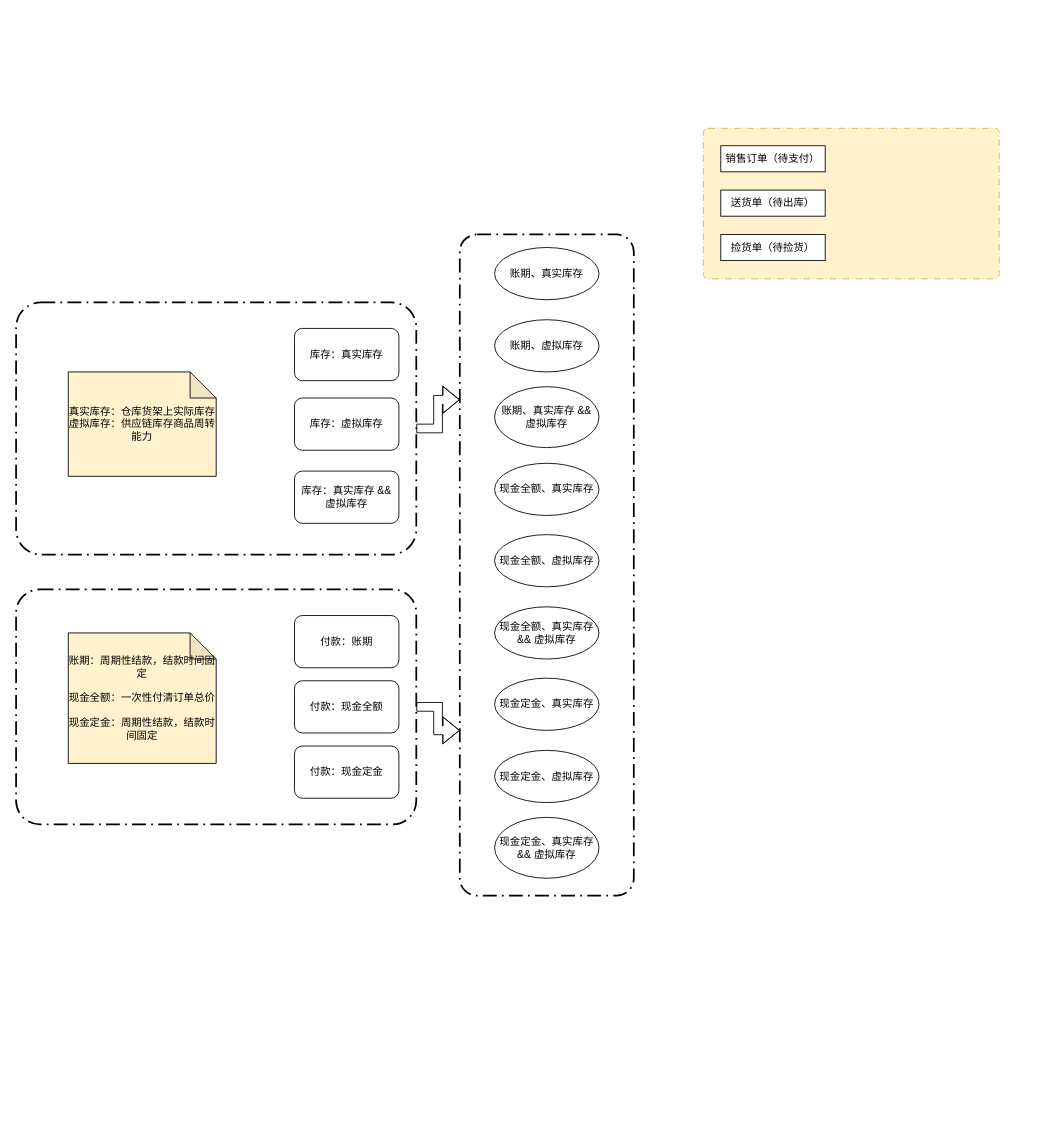
Above: page "第 2 页" (2 of 3) of 技术架构.drawio in jason-live/flow (draw.io), before the change. Source tidied: cells renumbered, new cells numbered last; positions are measured from the earlier drawing's top-left corner, leaving out a move shared by most shapes. Both pictures are drawn from the tidied source at 87%, with x=0, y=0 at pixel (16, 128).
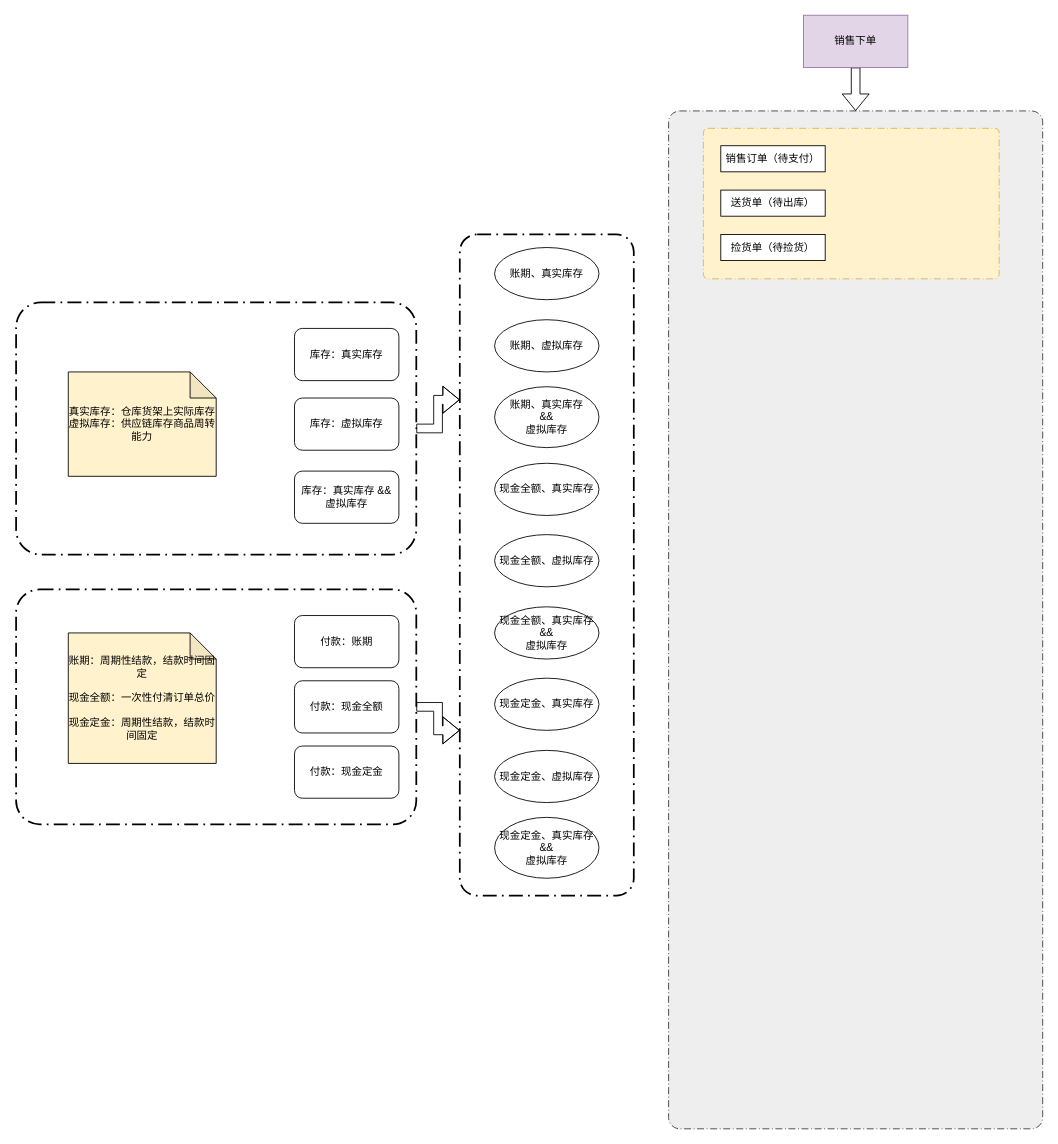
After the change.

Diff of the diagram source:
```diff
@@
+    <mxCell id="28" style="rounded=1;arcSize=3;dashed=1;fillColor=#eeeeee;dashPattern=8 3 1 3;strokeWidth=1;shadow=0;html=1;strokeColor=#36393d;" parent="1" vertex="1">
+      <mxGeometry x="750" y="-20" width="430" height="1170" as="geometry" />
+    </mxCell>
@@
-    <mxCell id="16" value="账期、真实库存 &amp;amp;&amp;amp; 虚拟库存" style="ellipse;whiteSpace=wrap;html=1;rounded=1;shadow=0;strokeWidth=1;fillColor=none;" parent="1" vertex="1">
+    <mxCell id="16" value="账期、真实库存&lt;br&gt;&amp;amp;&amp;amp;&lt;br&gt;虚拟库存" style="ellipse;whiteSpace=wrap;html=1;rounded=1;shadow=0;strokeWidth=1;fillColor=none;" parent="1" vertex="1">
       <mxGeometry x="550" y="297" width="120" height="70" as="geometry" />
     </mxCell>
@@
-    <mxCell id="19" value="现金全额、真实库存 &amp;amp;&amp;amp; 虚拟库存" style="ellipse;whiteSpace=wrap;html=1;rounded=1;shadow=0;strokeWidth=1;fillColor=none;" parent="1" vertex="1">
+    <mxCell id="19" value="现金全额、真实库存 &amp;amp;&amp;amp;&lt;br&gt;虚拟库存" style="ellipse;whiteSpace=wrap;html=1;rounded=1;shadow=0;strokeWidth=1;fillColor=none;" parent="1" vertex="1">
       <mxGeometry x="550" y="550" width="120" height="60" as="geometry" />
     </mxCell>
@@
-    <mxCell id="22" value="现金定金、真实库存 &amp;amp;&amp;amp; 虚拟库存" style="ellipse;whiteSpace=wrap;html=1;rounded=1;shadow=0;strokeWidth=1;fillColor=none;" parent="1" vertex="1">
+    <mxCell id="22" value="现金定金、真实库存 &amp;amp;&amp;amp;&lt;br&gt;虚拟库存" style="ellipse;whiteSpace=wrap;html=1;rounded=1;shadow=0;strokeWidth=1;fillColor=none;" parent="1" vertex="1">
       <mxGeometry x="550" y="792" width="120" height="70" as="geometry" />
     </mxCell>
@@
+    <mxCell id="29" style="edgeStyle=orthogonalEdgeStyle;shape=flexArrow;rounded=0;jettySize=auto;html=1;exitX=0.5;exitY=1;exitDx=0;exitDy=0;entryX=0.5;entryY=0;entryDx=0;entryDy=0;" parent="1" edge="1" source="30" target="28">
+      <mxGeometry relative="1" as="geometry" />
+    </mxCell>
+    <mxCell id="30" value="销售下单" style="rounded=0;whiteSpace=wrap;html=1;shadow=0;strokeWidth=1;fillColor=#e1d5e7;strokeColor=#9673a6;" parent="1" vertex="1">
+      <mxGeometry x="905" y="-130" width="120" height="60" as="geometry" />
+    </mxCell>
```
